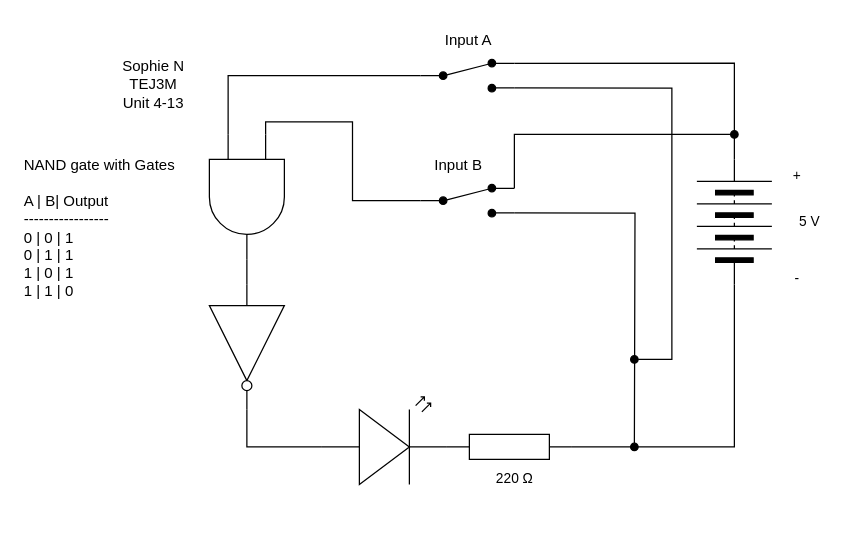
sophie-nguyen-0/TEJ3M-Unit4 keeps this draw.io diagram as unit4-13/4-13diagram.drawio. Above is the earlier version. Source tidied: cells renumbered, new cells numbered last; positions are measured from the earlier drawing's top-left corner, leaving out a move shared by most shapes. Both pictures are drawn from the tidied source at 125%, with x=0, y=0 at pixel (21, 21).
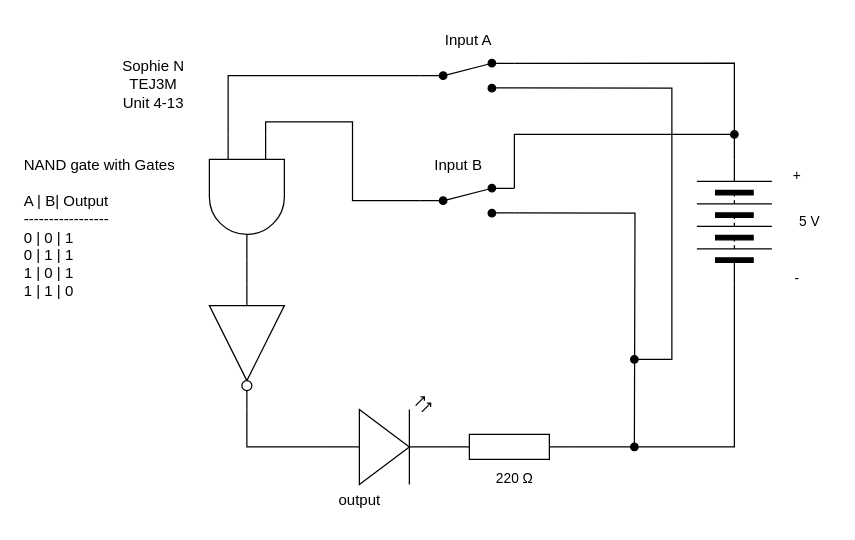
The same page after the edit.

The edit, as a diff of the source:
```diff
@@
+    <mxCell id="26" value="output" style="text;html=1;align=center;verticalAlign=middle;strokeColor=none;fillColor=none;" parent="1" vertex="1">
+      <mxGeometry x="240" y="368" width="60" height="30" as="geometry" />
+    </mxCell>
```
